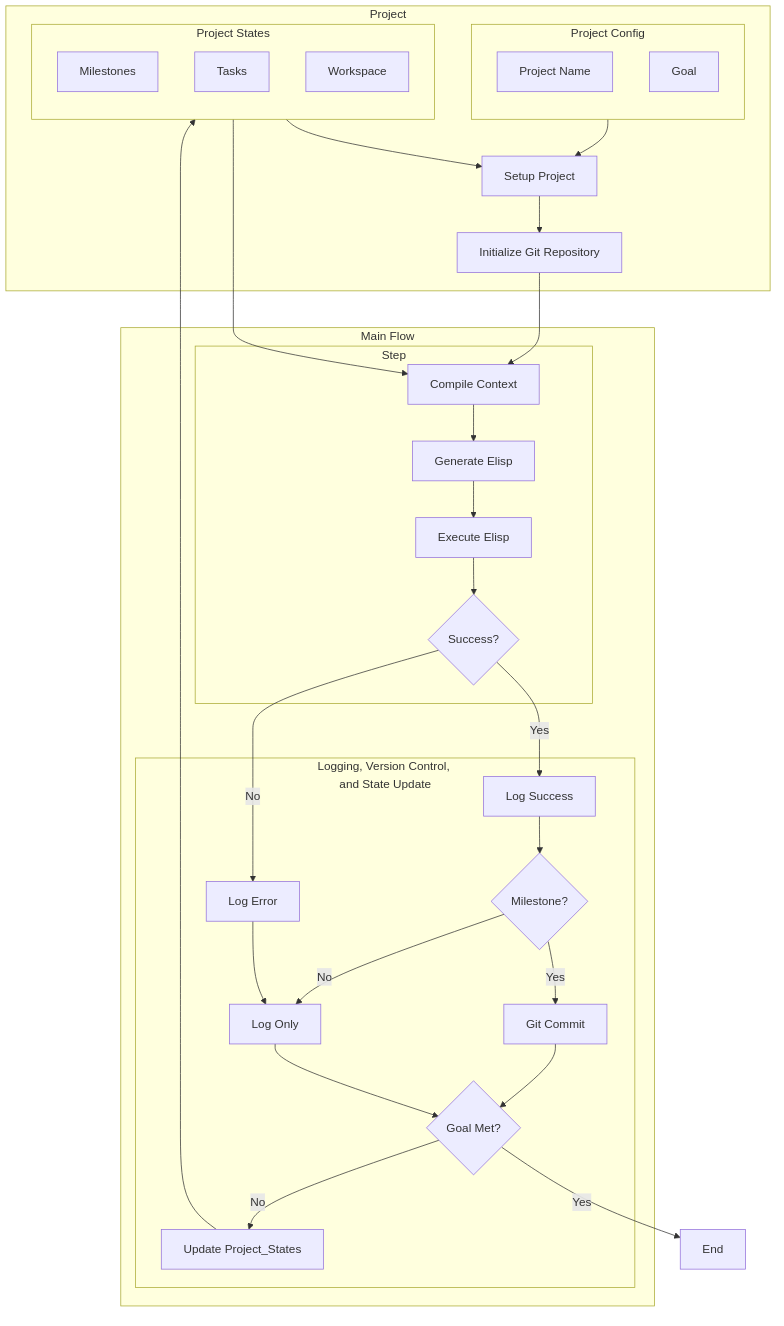
This is docs/project_flow/project_flow.png from ywatanabe1989/ELMO, a Mermaid export, as it was before one commit. Its source is kept beside it as docs/project_flow/project_flow.mmd.
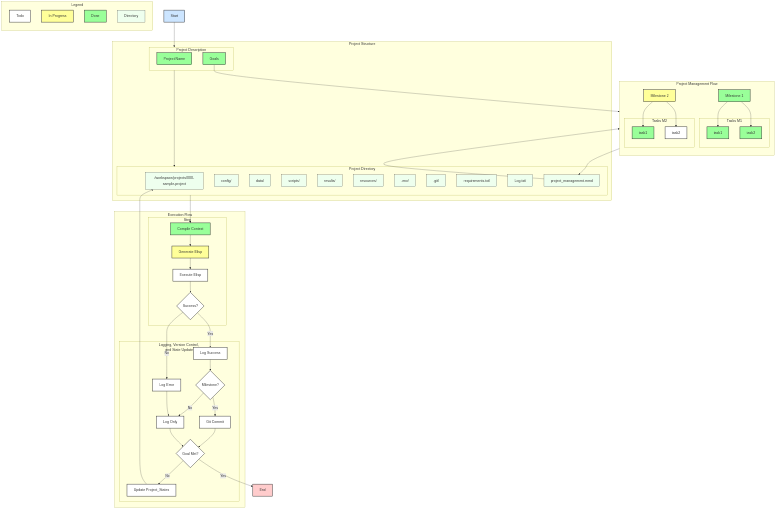
Later version of the same file.

Commit message:
Add mermaid installation guide, project flow diagram, and update workspace tree

The edit, as a diff of the source:
```diff
@@ -1,42 +1,63 @@
 graph TD
-    subgraph Project
-    subgraph PC[Project Config]
-        A1[Project Name]
-        A2[Goal]
+    subgraph Legend
+        Z1[Todo]:::todo
+        Z2[In Progress]:::inProgress
+        Z3[Done]:::done
+        Z4[Directory]:::directory
     end
-    subgraph PS[Project States]
-        A3[Milestones]
-        A4[Tasks]
-        A5[Workspace]
+    subgraph Project Structure
+    subgraph PD[Project Description]
+        PJNAME[Project Name]:::done
+        PJGOALS[Goals]:::done
     end
-    A[Setup Project]
-    B[Initialize Git Repository]
-    end
-
-    subgraph Main Flow
-    subgraph Step
-        D[Compile Context]
-        E[Generate Elisp]
-        F[Execute Elisp]
-        G{Success?}
-    end
-
-    subgraph "Logging, Version Control, and State Update"
-        H[Log Success]
-        I[Log Error]
-        J{Milestone?}
-        K[Git Commit]
-        L[Log Only]
-        M{Goal Met?}
-        N[Update Project_States]
+    subgraph PDIR[Project Directory]
+        Root["\/workspace\/projects\/000-sample-project"]:::directory
+        Config[config/]:::directory
+        Data[data/]:::directory
+        Scripts[scripts/]:::directory
+        Results[results/]:::directory
+        Resources[resources/]:::directory
+        Env[.env/]:::directory
+        Git[.git/]:::directory
+        Requirements[requirements.txt/]:::directory
+        Log[Log.txt/]:::directory
+        PM[project_management.mmd]:::directory
     end
     end
-
-    PC --> A
-    PS --> A
-    A --> B
-    B --> D
-    PS --> D
+    subgraph Execution Flow
+    subgraph Step
+        D[Compile Context]:::done
+        E[Generate Elisp]:::inProgress
+        F[Execute Elisp]:::todo
+        G{Success?}:::todo
+    end
+    subgraph "Logging, Version Control, and State Update"
+        H[Log Success]:::todo
+        I[Log Error]:::todo
+        J{Milestone?}:::todo
+        K[Git Commit]:::todo
+        L[Log Only]:::todo
+        M{Goal Met?}:::todo
+        N[Update Project_States]:::todo
+    end
+    end
+    subgraph PMFLOW[Project Management Flow]
+        MS1[Milestone 1]:::done
+        MS2[Milestone 2]:::inProgress
+    subgraph Tasks M1
+        T1[task1]:::done
+        T2[task2]:::done
+    end
+    subgraph Tasks M2
+        T3[task1]:::done
+        T4[task2]:::todo
+    end
+    end
+    Start[Start]:::starttag --> PD
+    PD --> PDIR
+    PM --> PMFLOW
+    PMFLOW --> PM
+    PDIR --> D
     D --> E --> F --> G
     G -- Yes --> H
     G -- No --> I
@@ -47,5 +68,17 @@
     I --> L
     L --> M
     M -- No --> N
-    N --> PS
-    M -- Yes --> Z[End]
+    N --> Root
+    M -- Yes --> End[End]:::endtag
+    PJGOALS --> PMFLOW
+    MS1 --> T1
+    MS1 --> T2
+    MS2 --> T3
+    MS2 --> T4
+    classDef starttag fill:#cce5ff,stroke:#333,stroke-width:2px;
+    classDef done fill:#9f9,stroke:#333,stroke-width:2px;
+    classDef inProgress fill:#ff9,stroke:#333,stroke-width:2px;
+    classDef todo fill:#fff,stroke:#333,stroke-width:2px;
+    classDef directory fill:#efe,stroke:#333,stroke-width:1px;
+    classDef endtag fill:#fcc,stroke:#333,stroke-width:2px;
+    class Root,Config,Data,Scripts,Results,Resources directory;
```
